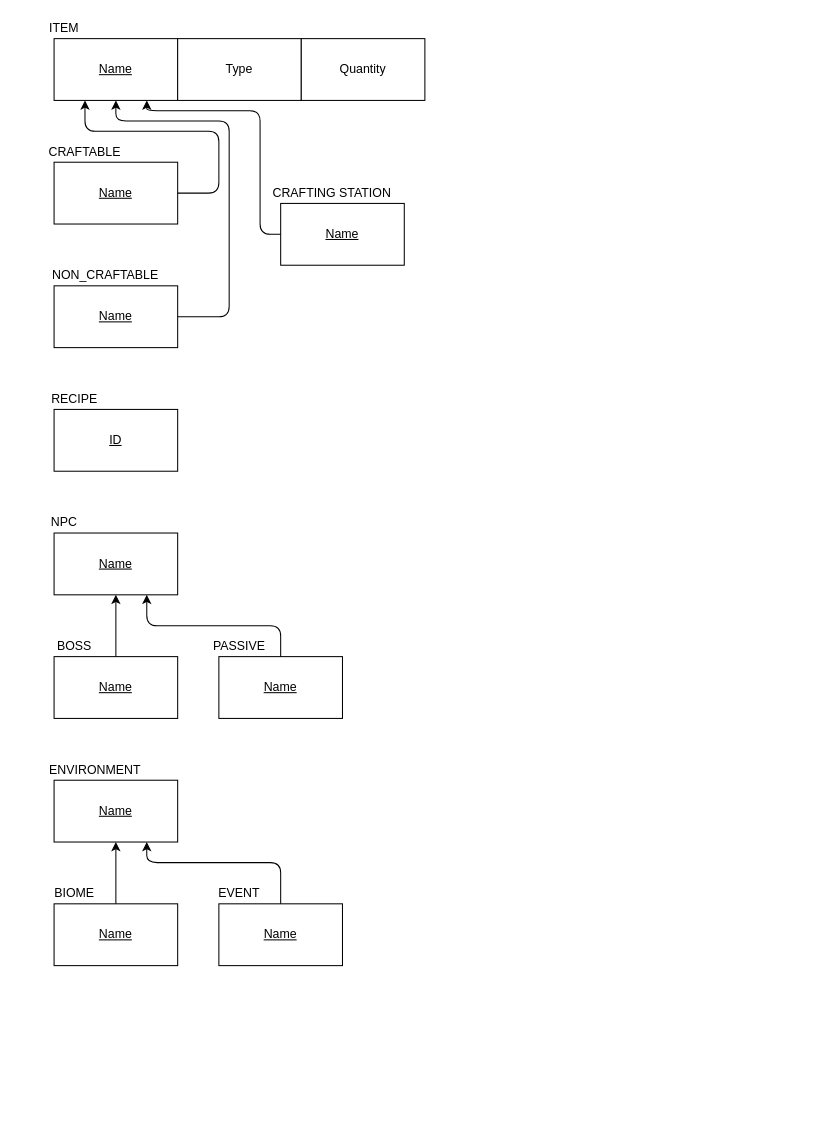
The draw.io diagram TerrariaMR.drawio in ahridesu/guioes-BD, before the edit. Source tidied: cells renumbered, new cells numbered last; positions are measured from the earlier drawing's top-left corner, leaving out a move shared by most shapes. Both pictures are drawn from the tidied source at 103%, with x=0, y=0 at pixel (43, 18).
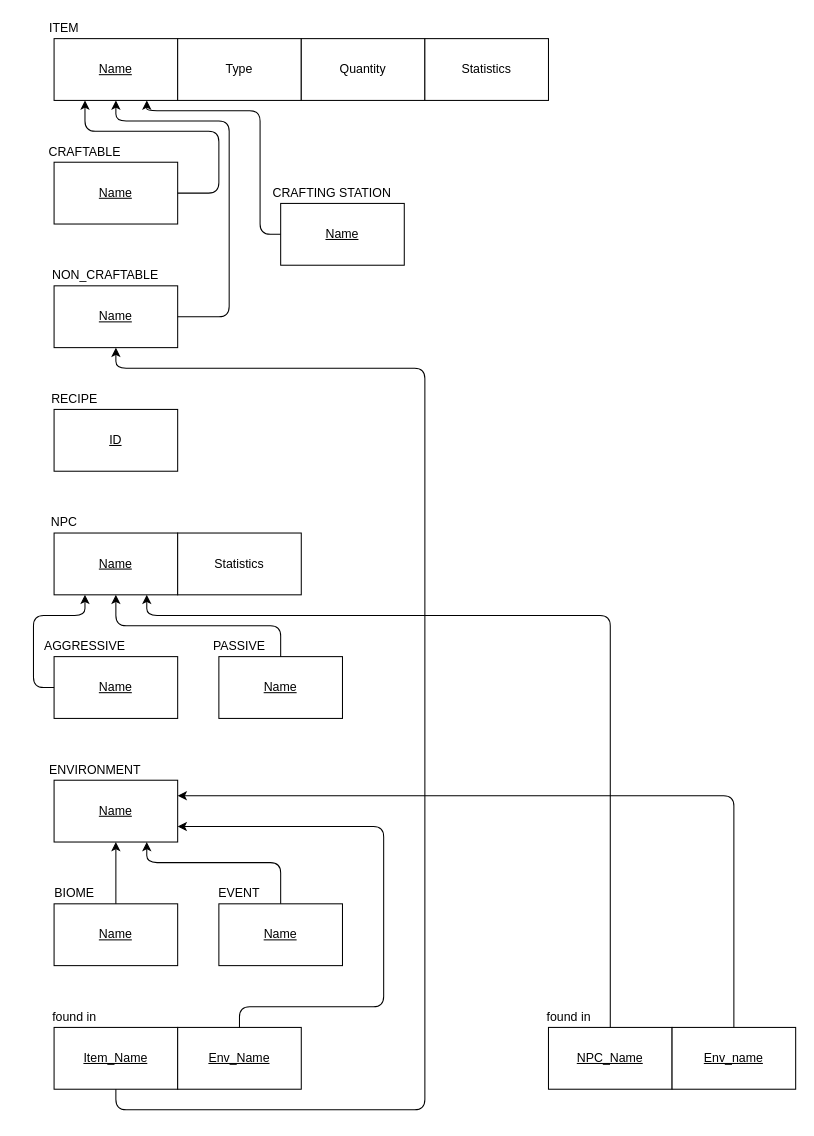
Above is the later version.

Unchanged cells that the change refers to:
```xml
<mxCell id="8" value="&lt;u&gt;Name&lt;/u&gt;" style="rounded=0;whiteSpace=wrap;html=1;" parent="1" vertex="1">
  <mxGeometry x="10" y="260" width="120" height="60" as="geometry" />
</mxCell>
<mxCell id="17" value="&lt;u&gt;Name&lt;/u&gt;" style="rounded=0;whiteSpace=wrap;html=1;" parent="1" vertex="1">
  <mxGeometry x="10" y="500" width="120" height="60" as="geometry" />
</mxCell>
<mxCell id="19" value="&lt;u&gt;Name&lt;/u&gt;" style="rounded=0;whiteSpace=wrap;html=1;" parent="1" vertex="1">
  <mxGeometry x="10" y="620" width="120" height="60" as="geometry" />
</mxCell>
<mxCell id="20" value="&lt;u&gt;Name&lt;/u&gt;" style="rounded=0;whiteSpace=wrap;html=1;" parent="1" vertex="1">
  <mxGeometry x="170" y="620" width="120" height="60" as="geometry" />
</mxCell>
<mxCell id="25" value="&lt;u&gt;Name&lt;/u&gt;" style="rounded=0;whiteSpace=wrap;html=1;" parent="1" vertex="1">
  <mxGeometry x="10" y="740" width="120" height="60" as="geometry" />
</mxCell>
```

Diff of the diagram source:
```diff
@@
-    <mxCell id="21" value="BOSS" style="text;html=1;strokeColor=none;fillColor=none;align=center;verticalAlign=middle;whiteSpace=wrap;rounded=0;" parent="1" vertex="1">
-      <mxGeometry x="10" y="600" width="40" height="20" as="geometry" />
+    <mxCell id="21" value="AGGRESSIVE" style="text;html=1;strokeColor=none;fillColor=none;align=center;verticalAlign=middle;whiteSpace=wrap;rounded=0;" parent="1" vertex="1">
+      <mxGeometry x="20" y="600" width="40" height="20" as="geometry" />
     </mxCell>
@@
-    <mxCell id="23" style="endArrow=classic;html=1;exitX=0.5;exitY=0;exitDx=0;exitDy=0;entryX=0.5;entryY=1;entryDx=0;entryDy=0;" parent="1" edge="1" source="19" target="17">
-      <mxGeometry relative="1" as="geometry" />
+    <mxCell id="23" style="endArrow=classic;html=1;exitX=0;exitY=0.5;exitDx=0;exitDy=0;entryX=0.25;entryY=1;entryDx=0;entryDy=0;" parent="1" edge="1" source="19" target="17">
+      <mxGeometry relative="1" as="geometry">
+        <Array as="points">
+          <mxPoint x="-10" y="650" />
+          <mxPoint x="-10" y="580" />
+          <mxPoint x="40" y="580" />
+        </Array>
+      </mxGeometry>
     </mxCell>
-    <mxCell id="24" style="endArrow=classic;html=1;exitX=0.5;exitY=0;exitDx=0;exitDy=0;entryX=0.75;entryY=1;entryDx=0;entryDy=0;" parent="1" edge="1" source="20" target="17">
+    <mxCell id="24" style="endArrow=classic;html=1;exitX=0.5;exitY=0;exitDx=0;exitDy=0;" parent="1" edge="1" source="20">
       <mxGeometry relative="1" as="geometry">
+        <mxPoint x="70" y="560" as="targetPoint" />
         <Array as="points">
           <mxPoint x="230" y="590" />
-          <mxPoint x="100" y="590" />
+          <mxPoint x="70" y="590" />
         </Array>
       </mxGeometry>
     </mxCell>
@@
+    <mxCell id="33" value="&lt;u&gt;Item_Name&lt;/u&gt;" style="rounded=0;whiteSpace=wrap;html=1;" parent="1" vertex="1">
+      <mxGeometry x="10" y="980" width="120" height="60" as="geometry" />
+    </mxCell>
+    <mxCell id="34" value="&lt;u&gt;Env_Name&lt;/u&gt;" style="rounded=0;whiteSpace=wrap;html=1;" parent="1" vertex="1">
+      <mxGeometry x="130" y="980" width="120" height="60" as="geometry" />
+    </mxCell>
+    <mxCell id="35" value="found in" style="text;html=1;strokeColor=none;fillColor=none;align=center;verticalAlign=middle;whiteSpace=wrap;rounded=0;" parent="1" vertex="1">
+      <mxGeometry x="-25" y="960" width="110" height="20" as="geometry" />
+    </mxCell>
+    <mxCell id="36" style="endArrow=classic;html=1;entryX=1;entryY=0.75;entryDx=0;entryDy=0;" parent="1" edge="1" target="25">
+      <mxGeometry relative="1" as="geometry">
+        <mxPoint x="190" y="980" as="sourcePoint" />
+        <Array as="points">
+          <mxPoint x="190" y="960" />
+          <mxPoint x="330" y="960" />
+          <mxPoint x="330" y="785" />
+        </Array>
+      </mxGeometry>
+    </mxCell>
+    <mxCell id="37" style="endArrow=classic;html=1;exitX=0.5;exitY=1;exitDx=0;exitDy=0;entryX=0.5;entryY=1;entryDx=0;entryDy=0;" parent="1" edge="1" source="33" target="8">
+      <mxGeometry relative="1" as="geometry">
+        <Array as="points">
+          <mxPoint x="70" y="1060" />
+          <mxPoint x="370" y="1060" />
+          <mxPoint x="370" y="340" />
+          <mxPoint x="70" y="340" />
+        </Array>
+      </mxGeometry>
+    </mxCell>
+    <mxCell id="38" value="&lt;u&gt;NPC_Name&lt;/u&gt;" style="rounded=0;whiteSpace=wrap;html=1;" parent="1" vertex="1">
+      <mxGeometry x="490" y="980" width="120" height="60" as="geometry" />
+    </mxCell>
+    <mxCell id="39" value="&lt;u&gt;Env_name&lt;/u&gt;" style="rounded=0;whiteSpace=wrap;html=1;" parent="1" vertex="1">
+      <mxGeometry x="610" y="980" width="120" height="60" as="geometry" />
+    </mxCell>
+    <mxCell id="40" value="found in" style="text;html=1;strokeColor=none;fillColor=none;align=center;verticalAlign=middle;whiteSpace=wrap;rounded=0;" parent="1" vertex="1">
+      <mxGeometry x="470" y="960" width="80" height="20" as="geometry" />
+    </mxCell>
+    <mxCell id="41" style="endArrow=classic;html=1;exitX=1;exitY=1;exitDx=0;exitDy=0;entryX=0.75;entryY=1;entryDx=0;entryDy=0;" parent="1" edge="1" source="40" target="17">
+      <mxGeometry relative="1" as="geometry">
+        <Array as="points">
+          <mxPoint x="550" y="580" />
+          <mxPoint x="100" y="580" />
+        </Array>
+      </mxGeometry>
+    </mxCell>
+    <mxCell id="42" style="endArrow=classic;html=1;exitX=0.5;exitY=0;exitDx=0;exitDy=0;entryX=1;entryY=0.25;entryDx=0;entryDy=0;" parent="1" edge="1" source="39" target="25">
+      <mxGeometry relative="1" as="geometry">
+        <Array as="points">
+          <mxPoint x="670" y="755" />
+        </Array>
+      </mxGeometry>
+    </mxCell>
+    <mxCell id="43" value="Statistics" style="rounded=0;whiteSpace=wrap;html=1;" parent="1" vertex="1">
+      <mxGeometry x="370" y="20" width="120" height="60" as="geometry" />
+    </mxCell>
+    <mxCell id="44" value="Statistics" style="rounded=0;whiteSpace=wrap;html=1;" parent="1" vertex="1">
+      <mxGeometry x="130" y="500" width="120" height="60" as="geometry" />
+    </mxCell>
```
